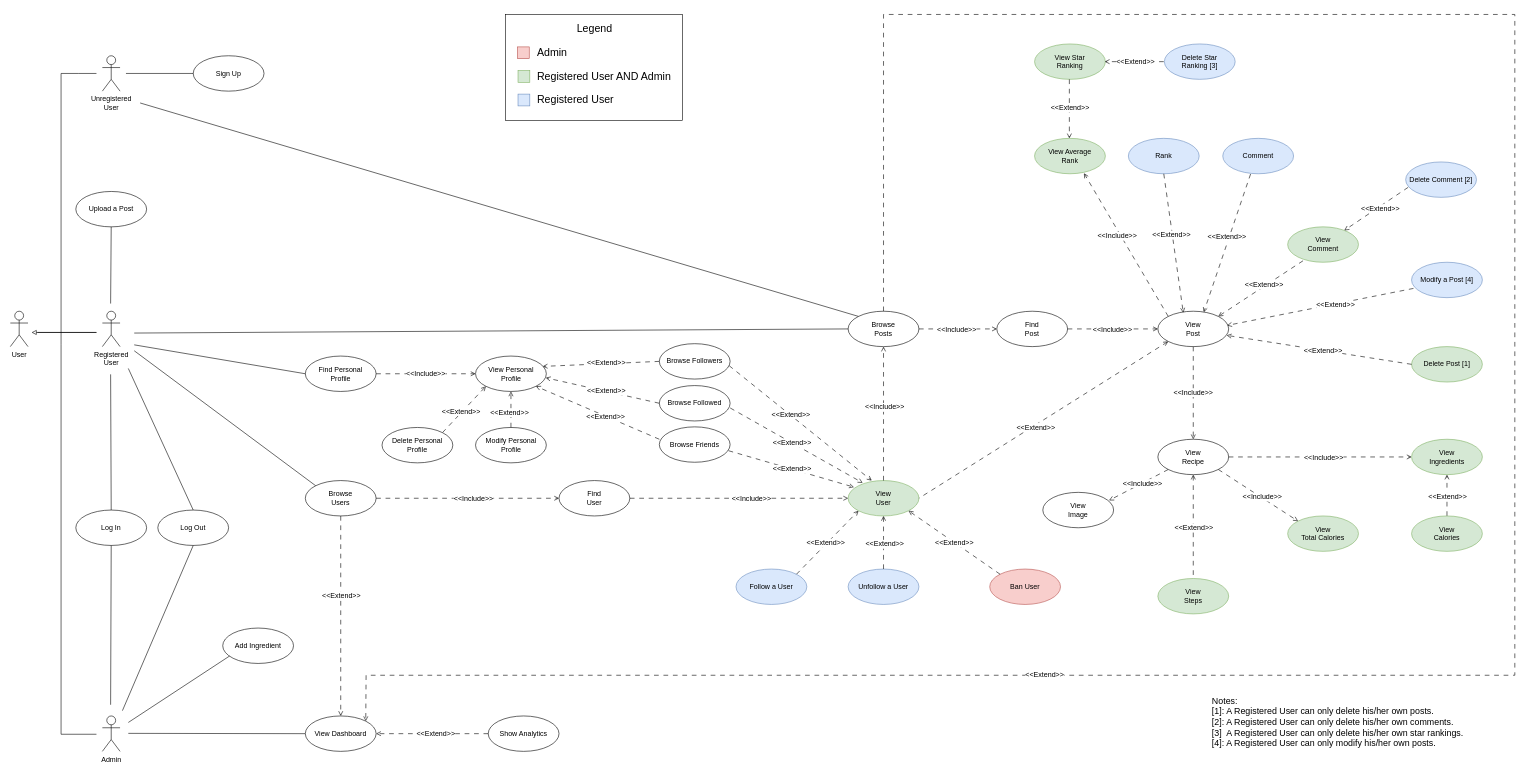
This is page "Pagina-5" (4 of 4) of Idea/PowerPoint/Resources/use_case_diagram.drawio from GiuseppeSoriano/WeFood, a draw.io file, before an edit. Source tidied: cells renumbered, new cells numbered last; positions are measured from the earlier drawing's top-left corner, leaving out a move shared by most shapes. Both pictures are drawn from the tidied source at 59%, with x=0, y=0 at pixel (10, 14).
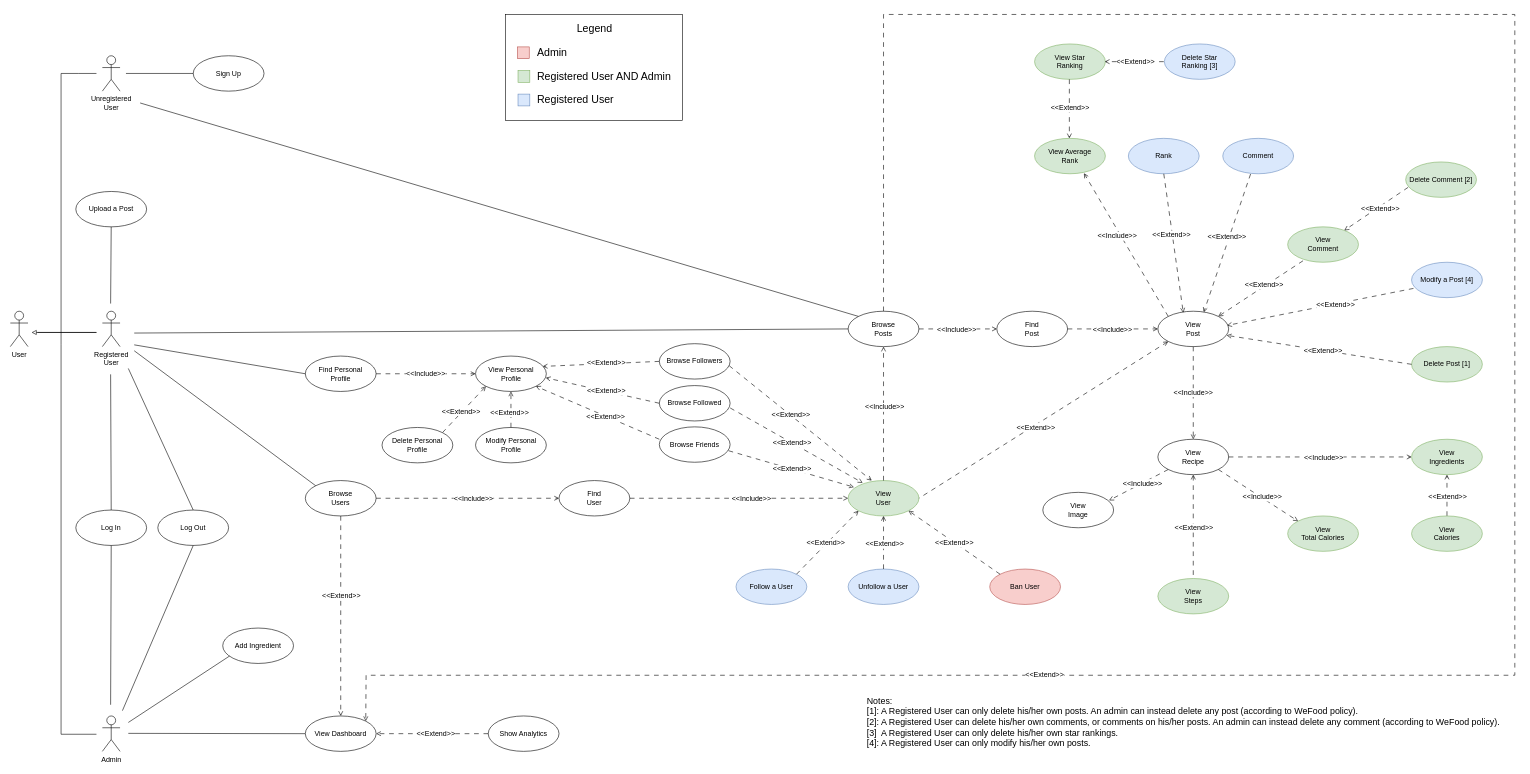
The same diagram, later.

Diff of the diagram source:
```diff
@@
-    <mxCell id="44" value="Delete Comment [2]" style="ellipse;whiteSpace=wrap;html=1;fillColor=#dae8fc;strokeColor=#6c8ebf;" parent="1" vertex="1">
+    <mxCell id="44" value="Delete Comment [2]" style="ellipse;whiteSpace=wrap;html=1;fillColor=#d5e8d4;strokeColor=#82b366;" parent="1" vertex="1">
       <mxGeometry x="2365" y="250" width="120" height="60" as="geometry" />
     </mxCell>
@@
-    <mxCell id="121" value="&lt;font style=&quot;font-size: 15px;&quot;&gt;Notes:&lt;br&gt;[1]: A Registered User can only delete his/her own posts.&lt;br&gt;[2]: A Registered User can only delete his/her own comments.&lt;br&gt;[3]&amp;nbsp; A Registered User can only delete his/her own star rankings.&lt;br&gt;[4]: A Registered User can only modify his/her own posts.&lt;br&gt;&lt;/font&gt;" style="text;html=1;align=left;verticalAlign=middle;strokeColor=none;fillColor=none;" parent="1" vertex="1">
-      <mxGeometry x="2035" y="1149" width="450" height="100" as="geometry" />
+    <mxCell id="121" value="&lt;font style=&quot;font-size: 15px;&quot;&gt;Notes:&lt;br&gt;[1]: A Registered User can only delete his/her own posts. An admin can instead delete any post (according to WeFood policy).&lt;br&gt;[2]: A Registered User can delete his/her own comments, or comments on his/her posts. An admin can instead delete any comment (according to WeFood policy).&lt;br&gt;[3]&amp;nbsp; A Registered User can only delete his/her own star rankings.&lt;br&gt;[4]: A Registered User can only modify his/her own posts.&lt;br&gt;&lt;/font&gt;" style="text;html=1;align=left;verticalAlign=middle;strokeColor=none;fillColor=none;" parent="1" vertex="1">
+      <mxGeometry x="1450" y="1149" width="1100" height="100" as="geometry" />
     </mxCell>
```
